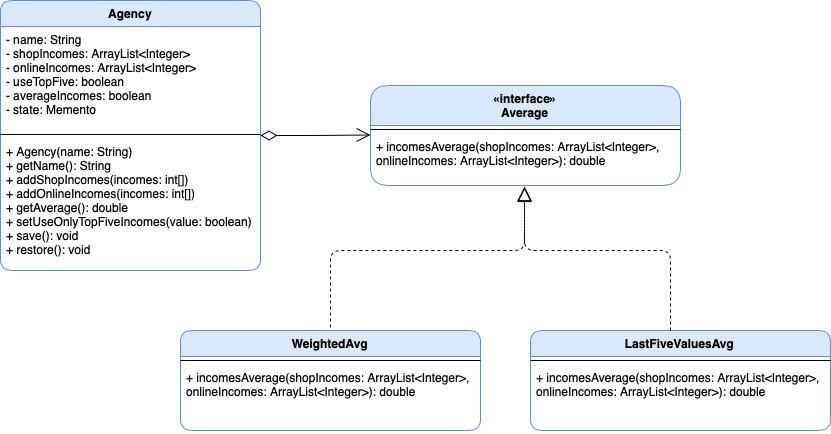
This is diagrams/Strategy.png from silviatrav/designPatterns, a draw.io export, as it was before one commit. Source tidied: cells renumbered, new cells last; positions are measured from the earlier drawing's top-left corner, leaving out a move shared by most shapes.
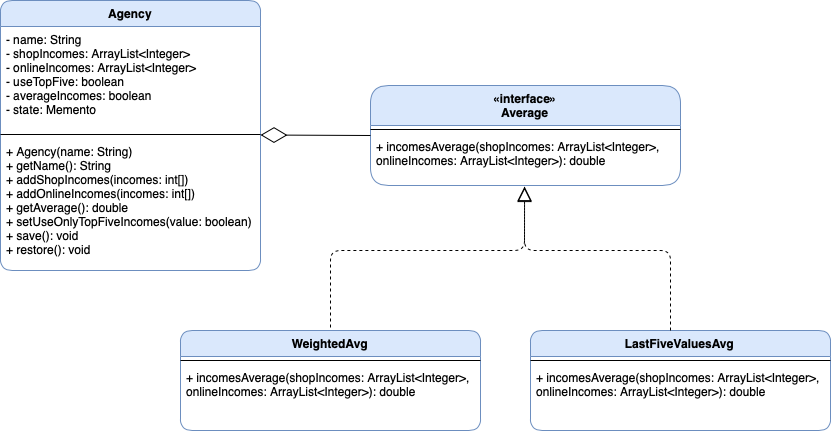
After the change.

Diff of the diagram source:
```diff
@@ -2,11 +2,6 @@
   <root>
     <mxCell id="0" />
     <mxCell id="1" parent="0" />
-    <mxCell id="2" style="endArrow=open;html=1;endSize=12;startArrow=diamondThin;startSize=14;startFill=0;edgeStyle=orthogonalEdgeStyle;align=left;verticalAlign=bottom;exitX=1;exitY=0.625;exitDx=0;exitDy=0;exitPerimeter=0;" parent="1" edge="1" source="5">
-      <mxGeometry x="-1" y="3" relative="1" as="geometry">
-        <mxPoint x="370" y="134.5" as="targetPoint" />
-      </mxGeometry>
-    </mxCell>
     <mxCell id="3" value="Agency" style="swimlane;fontStyle=1;align=center;verticalAlign=top;horizontal=1;startSize=26;rounded=1;shadow=0;glass=0;sketch=0;fillColor=#dae8fc;strokeColor=#6c8ebf;" parent="1" vertex="1">
       <mxGeometry width="260" height="270" as="geometry" />
     </mxCell>
@@ -64,5 +59,11 @@
         </Array>
       </mxGeometry>
     </mxCell>
+    <mxCell id="18" style="endArrow=diamondThin;endFill=0;endSize=24;html=1;" parent="1" edge="1">
+      <mxGeometry relative="1" as="geometry">
+        <mxPoint x="370" y="135" as="sourcePoint" />
+        <mxPoint x="260" y="134.5" as="targetPoint" />
+      </mxGeometry>
+    </mxCell>
   </root>
 </mxGraphModel>
```
